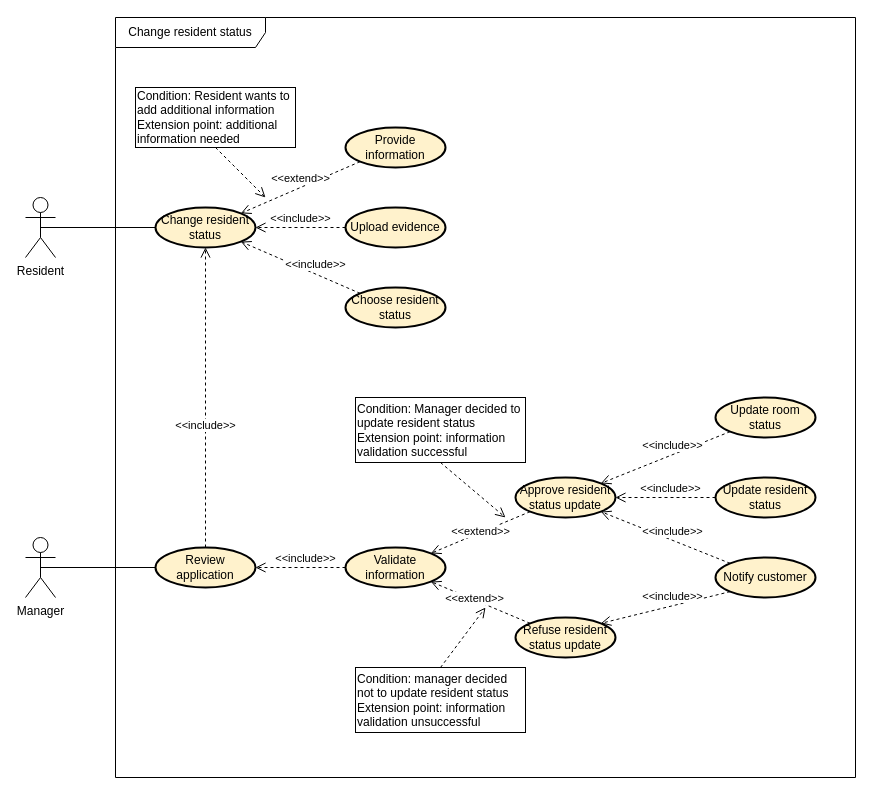
This is Functional-analysis/usecase-diagram/0. Quản lí/ChangeResidentStatus.drawio from HuyEuler/Apartment-management-system, a draw.io file, before an edit. Source tidied: cells renumbered, new cells numbered last; positions are measured from the earlier drawing's top-left corner, leaving out a move shared by most shapes. Both pictures are drawn from the tidied source at 100%, with x=0, y=0 at pixel (25, 17).
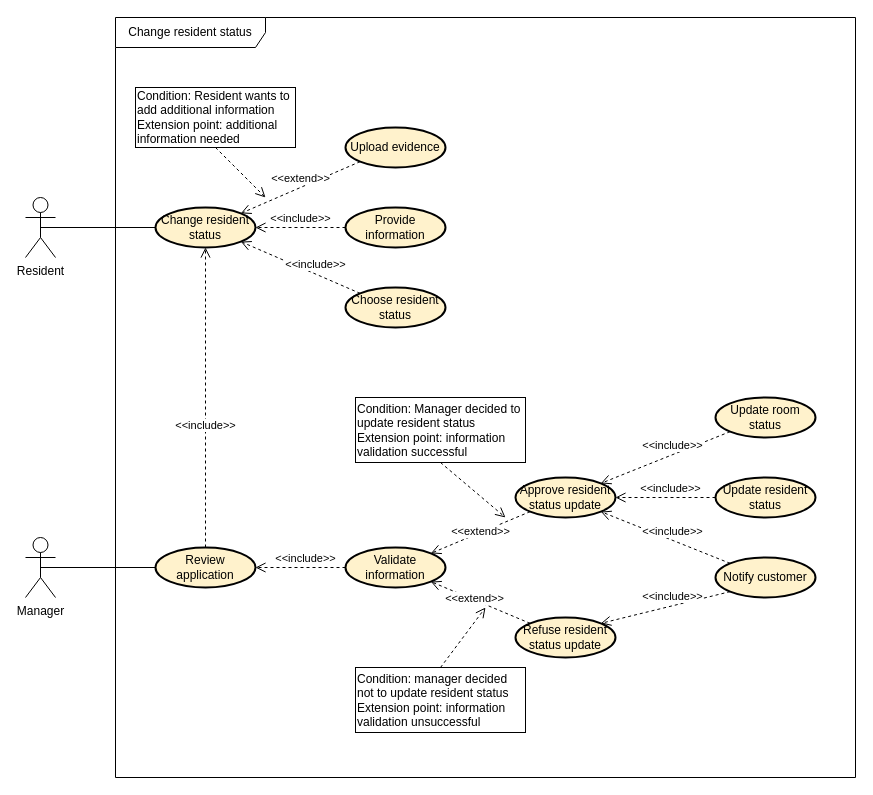
The same page after the edit.

Commit message (it also covers changes not shown here):
Fix relationship in ChangeResidentStatus usecase

The edit, as a diff of the source:
```diff
@@
-    <mxCell id="4" value="Provide information" style="ellipse;whiteSpace=wrap;html=1;align=center;fillColor=#fff2cc;strokeColor=light-dark(#000000, #6d5100);strokeWidth=2;" parent="1" vertex="1">
+    <mxCell id="4" value="Upload evidence" style="ellipse;whiteSpace=wrap;html=1;align=center;fillColor=#fff2cc;strokeColor=light-dark(#000000, #6d5100);strokeWidth=2;" parent="1" vertex="1">
       <mxGeometry x="320" y="110" width="100" height="40" as="geometry" />
     </mxCell>
@@
-    <mxCell id="9" value="Upload evidence" style="ellipse;whiteSpace=wrap;html=1;align=center;fillColor=#fff2cc;strokeColor=light-dark(#000000, #6d5100);strokeWidth=2;" parent="1" vertex="1">
+    <mxCell id="9" value="Provide information" style="ellipse;whiteSpace=wrap;html=1;align=center;fillColor=#fff2cc;strokeColor=light-dark(#000000, #6d5100);strokeWidth=2;" parent="1" vertex="1">
       <mxGeometry x="320" y="190" width="100" height="40" as="geometry" />
     </mxCell>
```
